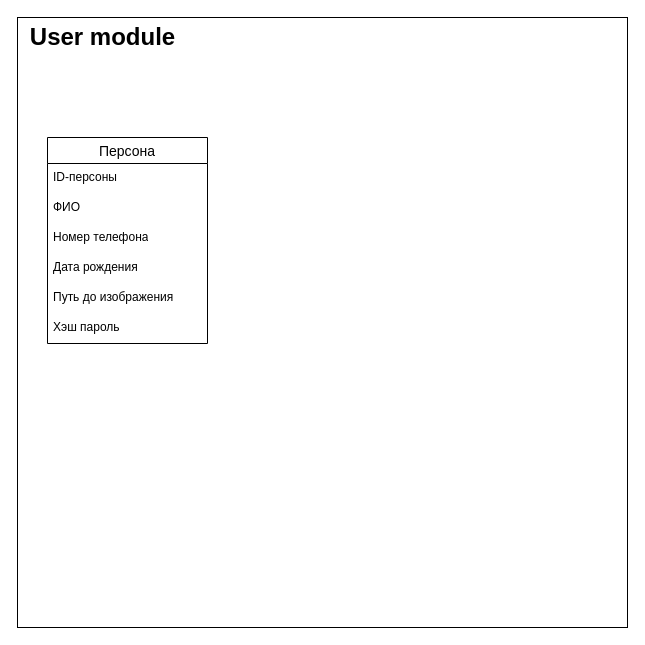
This is page "Er-диаграмма" (1 of 2) of documentation/DBMS.drawio from bitchofson/ecos, a draw.io file, before an edit. Source tidied: cells renumbered, new cells numbered last; positions are measured from the earlier drawing's top-left corner, leaving out a move shared by most shapes. Both pictures are drawn from the tidied source at 100%, with x=0, y=0 at pixel (17, 17).
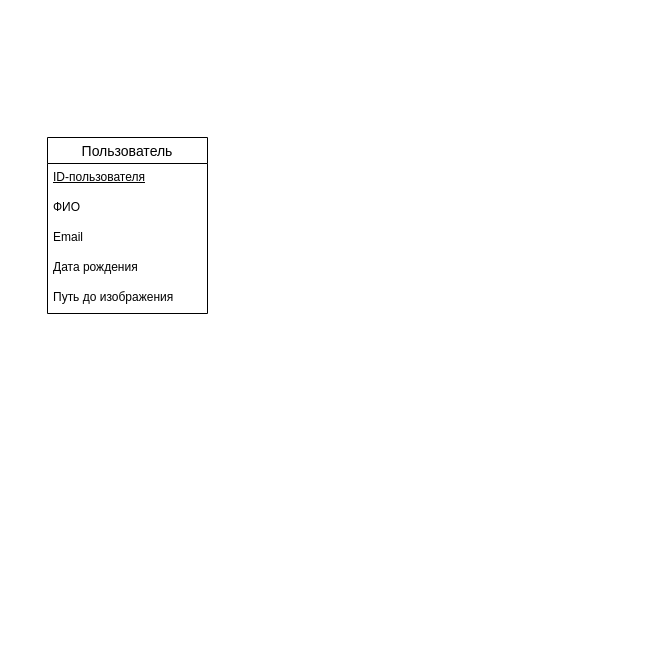
The same diagram, later.

Diff of the diagram source:
```diff
@@
 <mxGraphModel>
   <root>
     <mxCell id="0" />
     <mxCell id="1" parent="0" />
-    <mxCell id="2" style="whiteSpace=wrap;html=1;" parent="1" vertex="1">
-      <mxGeometry width="610" height="610" as="geometry" />
-    </mxCell>
-    <mxCell id="3" value="Персона" style="swimlane;fontStyle=0;horizontal=1;startSize=26;align=center;fontSize=14;" parent="1" vertex="1">
-      <mxGeometry x="30" y="120" width="160" height="206" as="geometry" />
+    <mxCell id="3" value="Пользователь" style="swimlane;fontStyle=0;horizontal=1;startSize=26;align=center;fontSize=14;" parent="1" vertex="1">
+      <mxGeometry x="30" y="120" width="160" height="176" as="geometry" />
     </mxCell>
-    <mxCell id="4" value="ID-персоны" style="text;strokeColor=none;fillColor=none;spacingLeft=4;spacingRight=4;overflow=hidden;fontSize=12;whiteSpace=wrap;html=1;" parent="3" vertex="1">
+    <mxCell id="4" value="&lt;u&gt;ID-пользователя&lt;/u&gt;" style="text;strokeColor=none;fillColor=none;spacingLeft=4;spacingRight=4;overflow=hidden;fontSize=12;whiteSpace=wrap;html=1;" parent="3" vertex="1">
       <mxGeometry y="26" width="160" height="30" as="geometry" />
     </mxCell>
     <mxCell id="5" value="ФИО" style="text;strokeColor=none;fillColor=none;spacingLeft=4;spacingRight=4;overflow=hidden;fontSize=12;whiteSpace=wrap;html=1;" parent="3" vertex="1">
       <mxGeometry y="56" width="160" height="30" as="geometry" />
     </mxCell>
-    <mxCell id="6" value="Номер телефона" style="text;strokeColor=none;fillColor=none;spacingLeft=4;spacingRight=4;overflow=hidden;fontSize=12;whiteSpace=wrap;html=1;" parent="3" vertex="1">
+    <mxCell id="6" value="Email" style="text;strokeColor=none;fillColor=none;spacingLeft=4;spacingRight=4;overflow=hidden;fontSize=12;whiteSpace=wrap;html=1;" parent="3" vertex="1">
       <mxGeometry y="86" width="160" height="30" as="geometry" />
     </mxCell>
     <mxCell id="7" value="Дата рождения" style="text;strokeColor=none;fillColor=none;spacingLeft=4;spacingRight=4;overflow=hidden;fontSize=12;whiteSpace=wrap;html=1;" parent="3" vertex="1">
       <mxGeometry y="116" width="160" height="30" as="geometry" />
     </mxCell>
     <mxCell id="8" value="Путь до изображения" style="text;strokeColor=none;fillColor=none;spacingLeft=4;spacingRight=4;overflow=hidden;fontSize=12;whiteSpace=wrap;html=1;" parent="3" vertex="1">
       <mxGeometry y="146" width="160" height="30" as="geometry" />
     </mxCell>
-    <mxCell id="9" value="Хэш пароль" style="text;strokeColor=none;fillColor=none;spacingLeft=4;spacingRight=4;overflow=hidden;fontSize=12;whiteSpace=wrap;html=1;" parent="3" vertex="1">
-      <mxGeometry y="176" width="160" height="30" as="geometry" />
-    </mxCell>
-    <mxCell id="10" value="User module" style="text;strokeColor=none;fillColor=none;html=1;fontSize=24;fontStyle=1;verticalAlign=middle;align=center;" parent="1" vertex="1">
-      <mxGeometry width="170" height="40" as="geometry" />
-    </mxCell>
   </root>
 </mxGraphModel>
```
